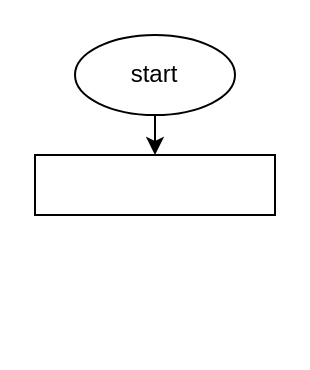
maulliidda/Maulida-FP11 keeps this draw.io diagram as flowchart.drawio. Above is the earlier version. Source tidied: cells renumbered, new cells numbered last; positions are measured from the earlier drawing's top-left corner, leaving out a move shared by most shapes. Both pictures are drawn from the tidied source at 200%, with x=0, y=0 at pixel (34, 34).
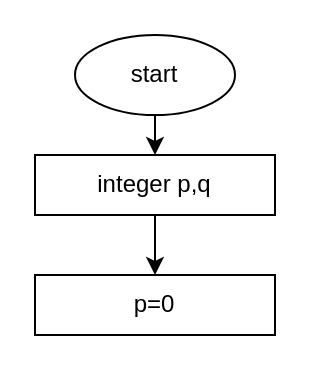
The same page after the edit.

Commit message:
Add variabel p=0 for proses output

Change to the diagram source:
```diff
@@
 <mxGraphModel>
   <root>
     <mxCell id="0" />
     <mxCell id="1" parent="0" />
     <mxCell id="2" style="edgeStyle=none;html=1;" parent="1" edge="1" source="3" target="4">
       <mxGeometry relative="1" as="geometry" />
     </mxCell>
     <mxCell id="3" value="start" style="ellipse;whiteSpace=wrap;html=1;" parent="1" vertex="1">
       <mxGeometry x="20" width="80" height="40" as="geometry" />
     </mxCell>
+    <mxCell id="5" style="edgeStyle=none;html=1;" parent="1" edge="1" source="4" target="6">
+      <mxGeometry relative="1" as="geometry" />
+    </mxCell>
-    <mxCell id="4" style="whiteSpace=wrap;html=1;" parent="1" vertex="1">
+    <mxCell id="4" value="integer p,q" style="whiteSpace=wrap;html=1;" parent="1" vertex="1">
       <mxGeometry y="60" width="120" height="30" as="geometry" />
     </mxCell>
+    <mxCell id="6" value="p=0" style="whiteSpace=wrap;html=1;" parent="1" vertex="1">
+      <mxGeometry y="120" width="120" height="30" as="geometry" />
+    </mxCell>
   </root>
 </mxGraphModel>
```
